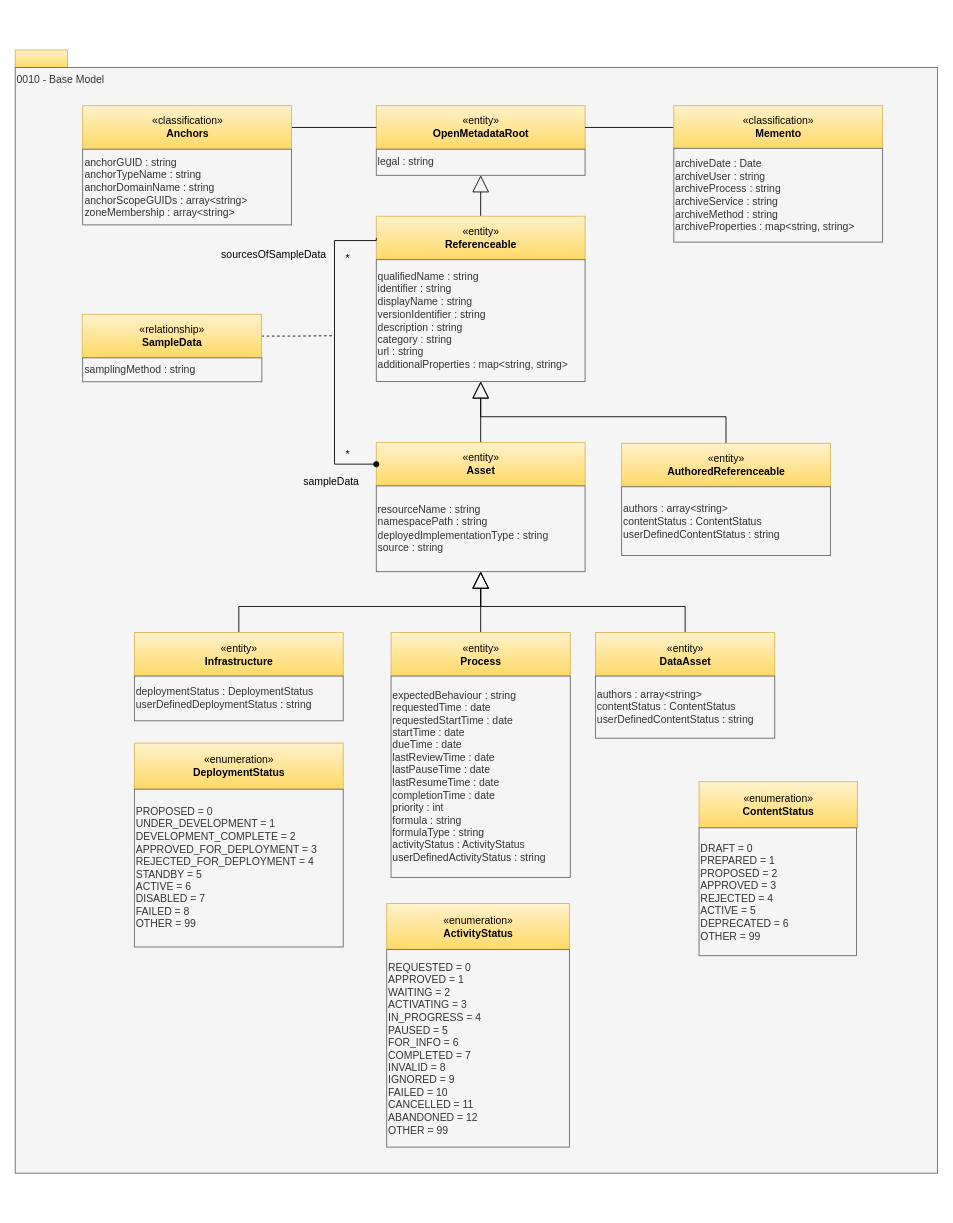
Before: page "0010-Base-Model" (4 of 33) of site/docs/types/0/area-0-basic-types-and-infrastructure.drawio in odpi/egeria-docs, a draw.io diagram. Source tidied: cells renumbered, new cells numbered last; positions are measured from the earlier drawing's top-left corner, leaving out a move shared by most shapes. Both pictures are drawn from the tidied source at 87%, with x=0, y=0 at pixel (15, 50).
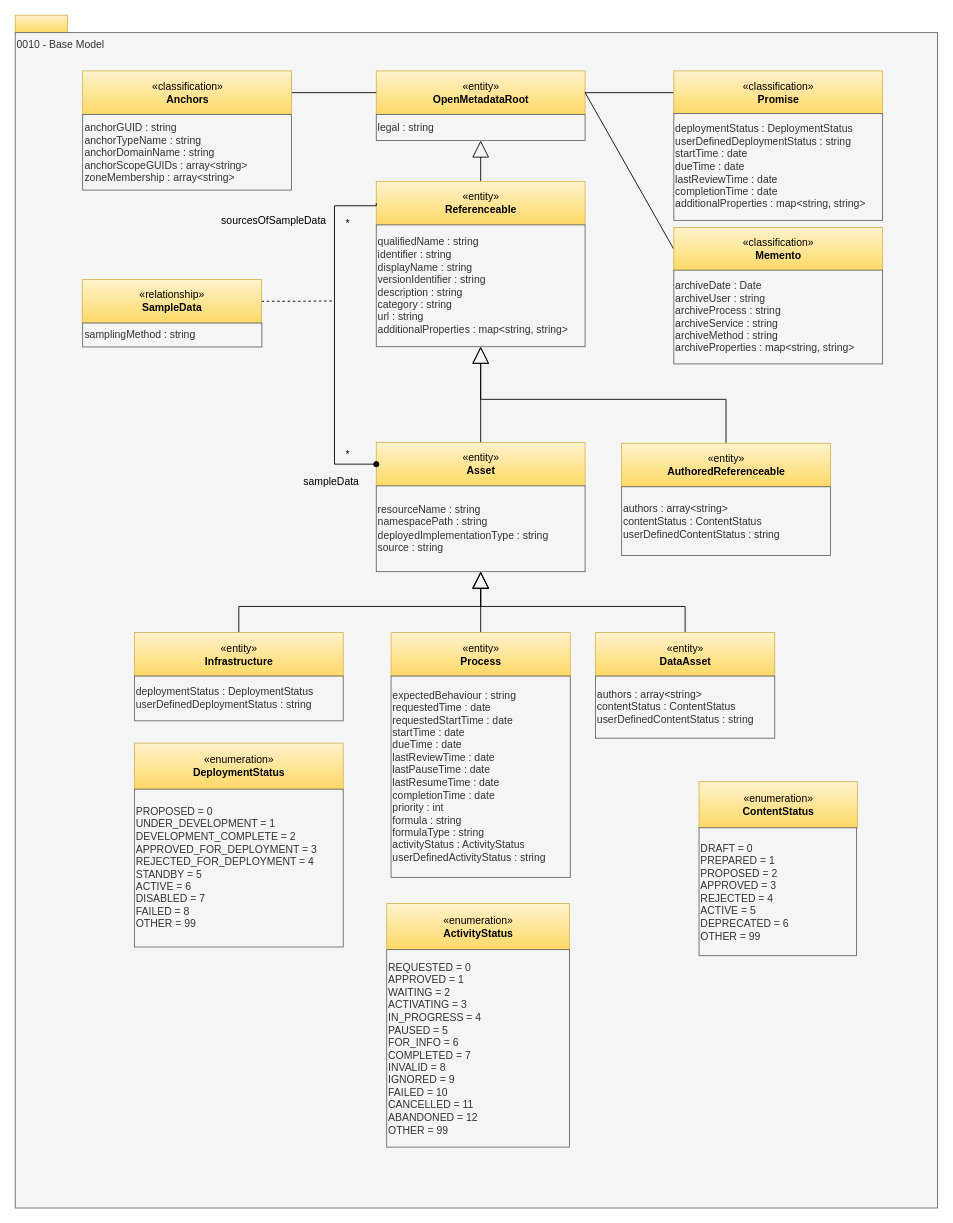
The same page after the edit.

The change refers to these unchanged cells:
```xml
<mxCell id="10" value="«entity»&lt;br&gt;&lt;b&gt;Asset&lt;/b&gt;" style="html=1;strokeColor=#d6b656;align=center;fillColor=#fff2cc;gradientColor=#ffd966;" parent="1" vertex="1">
  <mxGeometry x="415" y="451" width="240" height="50" as="geometry" />
</mxCell>
```

Change to the diagram source:
```diff
@@
     <mxCell id="2" style="rounded=0;whiteSpace=wrap;html=1;align=left;fillColor=#fff2cc;strokeColor=#d6b656;gradientColor=#ffd966;" parent="1" vertex="1">
-      <mxGeometry width="60" height="20" as="geometry" />
+      <mxGeometry y="-40" width="60" height="20" as="geometry" />
     </mxCell>
     <mxCell id="3" value="0010 - Base Model" style="rounded=0;whiteSpace=wrap;html=1;align=left;verticalAlign=top;fillColor=#f5f5f5;fontColor=#333333;strokeColor=#666666;" parent="1" vertex="1">
-      <mxGeometry y="20" width="1060" height="1271" as="geometry" />
+      <mxGeometry y="-20" width="1060" height="1351" as="geometry" />
     </mxCell>
@@
     <mxCell id="5" value="«entity»&lt;br&gt;&lt;b&gt;Referenceable&lt;/b&gt;" style="html=1;strokeColor=#d6b656;align=center;fillColor=#fff2cc;gradientColor=#ffd966;" parent="1" vertex="1">
-      <mxGeometry x="415" y="191" width="240" height="50" as="geometry" />
+      <mxGeometry x="415" y="151" width="240" height="50" as="geometry" />
     </mxCell>
@@
     <mxCell id="8" value="qualifiedName : string&lt;div&gt;identifier : string&lt;br&gt;&lt;div&gt;displayName : string&lt;div&gt;versionIdentifier : string&lt;br&gt;description : string&lt;/div&gt;&lt;div&gt;category : string&lt;/div&gt;&lt;div&gt;url : string&lt;br&gt;&lt;/div&gt;additionalProperties : map&amp;lt;string, string&amp;gt;&lt;br&gt;&lt;div style=&quot;text-align: left&quot;&gt;&lt;/div&gt;&lt;/div&gt;&lt;/div&gt;" style="rounded=0;whiteSpace=wrap;html=1;strokeColor=#666666;align=left;fillColor=#f5f5f5;fontColor=#333333;" parent="1" vertex="1">
-      <mxGeometry x="415" y="241" width="240" height="140" as="geometry" />
+      <mxGeometry x="415" y="201" width="240" height="140" as="geometry" />
     </mxCell>
@@
     <mxCell id="18" value="«entity»&lt;br&gt;&lt;b&gt;OpenMetadataRoot&lt;/b&gt;" style="html=1;strokeColor=#d6b656;align=center;fillColor=#fff2cc;gradientColor=#ffd966;" parent="1" vertex="1">
-      <mxGeometry x="415" y="64" width="240" height="50" as="geometry" />
+      <mxGeometry x="415" y="24" width="240" height="50" as="geometry" />
     </mxCell>
     <mxCell id="19" value="legal : string&lt;div style=&quot;text-align: left&quot;&gt;&lt;/div&gt;" style="rounded=0;whiteSpace=wrap;html=1;strokeColor=#666666;align=left;fillColor=#f5f5f5;fontColor=#333333;" parent="1" vertex="1">
-      <mxGeometry x="415" y="114" width="240" height="30" as="geometry" />
+      <mxGeometry x="415" y="74" width="240" height="30" as="geometry" />
     </mxCell>
@@
     <mxCell id="21" value="«classification»&lt;br&gt;&lt;b&gt;Anchors&lt;/b&gt;" style="html=1;strokeColor=#d6b656;align=center;fillColor=#fff2cc;gradientColor=#ffd966;" parent="1" vertex="1">
-      <mxGeometry x="77.5" y="64" width="240" height="50" as="geometry" />
+      <mxGeometry x="77.5" y="24" width="240" height="50" as="geometry" />
     </mxCell>
     <mxCell id="22" value="anchorGUID : string&lt;br&gt;anchorTypeName : string&lt;br&gt;&lt;div style=&quot;text-align: left&quot;&gt;&lt;/div&gt;&lt;div&gt;anchorDomainName : string&lt;/div&gt;&lt;div&gt;anchorScopeGUIDs : array&amp;lt;string&amp;gt;&lt;/div&gt;&lt;div&gt;zoneMembership : array&amp;lt;string&amp;gt;&lt;/div&gt;" style="rounded=0;whiteSpace=wrap;html=1;strokeColor=#666666;align=left;fillColor=#f5f5f5;fontColor=#333333;" parent="1" vertex="1">
-      <mxGeometry x="77.5" y="114" width="240" height="87" as="geometry" />
+      <mxGeometry x="77.5" y="74" width="240" height="87" as="geometry" />
     </mxCell>
@@
     <mxCell id="24" value="«classification»&lt;br&gt;&lt;b&gt;Memento&lt;/b&gt;" style="html=1;strokeColor=#d6b656;align=center;fillColor=#fff2cc;gradientColor=#ffd966;" parent="1" vertex="1">
-      <mxGeometry x="757" y="64" width="240" height="50" as="geometry" />
+      <mxGeometry x="757" y="204" width="240" height="50" as="geometry" />
     </mxCell>
     <mxCell id="25" value="archiveDate : Date&lt;br&gt;archiveUser : string&lt;br&gt;archiveProcess : string&lt;br&gt;archiveService : string&lt;br&gt;archiveMethod : string&lt;br&gt;archiveProperties : map&amp;lt;string, string&amp;gt;&lt;br&gt;&lt;div style=&quot;text-align: left&quot;&gt;&lt;/div&gt;" style="rounded=0;whiteSpace=wrap;html=1;strokeColor=#666666;align=left;fillColor=#f5f5f5;fontColor=#333333;" parent="1" vertex="1">
-      <mxGeometry x="757" y="113" width="240" height="107.8" as="geometry" />
+      <mxGeometry x="757" y="253" width="240" height="107.8" as="geometry" />
     </mxCell>
     <mxCell id="26" style="edgeStyle=orthogonalEdgeStyle;rounded=0;html=1;exitX=1;exitY=0.5;dashed=1;endArrow=none;endFill=0;jettySize=auto;exitDx=0;exitDy=0;" parent="1" edge="1" source="27">
       <mxGeometry relative="1" as="geometry">
-        <mxPoint x="367" y="328.4" as="targetPoint" />
+        <mxPoint x="367" y="288.4" as="targetPoint" />
       </mxGeometry>
     </mxCell>
     <mxCell id="27" value="«relationship»&lt;br&gt;&lt;b&gt;SampleData&lt;/b&gt;" style="html=1;strokeColor=#d6b656;align=center;fillColor=#fff2cc;gradientColor=#ffd966;" parent="1" vertex="1">
-      <mxGeometry x="77" y="303.8" width="206" height="50" as="geometry" />
+      <mxGeometry x="77" y="263.8" width="206" height="50" as="geometry" />
     </mxCell>
     <mxCell id="28" value="samplingMethod : string" style="rounded=0;whiteSpace=wrap;html=1;strokeColor=#666666;align=left;fillColor=#f5f5f5;fontColor=#333333;" parent="1" vertex="1">
-      <mxGeometry x="77.5" y="353.8" width="206" height="27.5" as="geometry" />
+      <mxGeometry x="77.5" y="313.8" width="206" height="27.5" as="geometry" />
     </mxCell>
@@
     <mxCell id="30" value="*" style="text;html=1;align=center;verticalAlign=middle;strokeColor=none;fillColor=none;" parent="1" vertex="1">
-      <mxGeometry x="367" y="225.4" width="30" height="30" as="geometry" />
+      <mxGeometry x="367" y="185.4" width="30" height="30" as="geometry" />
     </mxCell>
@@
     <mxCell id="32" value="sourcesOfSampleData" style="text;html=1;align=center;verticalAlign=middle;strokeColor=none;fillColor=none;" parent="1" vertex="1">
-      <mxGeometry x="227" y="220.8" width="140" height="30" as="geometry" />
+      <mxGeometry x="227" y="180.8" width="140" height="30" as="geometry" />
     </mxCell>
     <mxCell id="33" style="edgeStyle=orthogonalEdgeStyle;rounded=0;jettySize=auto;html=1;exitX=0;exitY=0.5;exitDx=0;exitDy=0;entryX=0;entryY=0.5;entryDx=0;entryDy=0;endArrow=oval;endFill=1;" parent="1" edge="1" source="5" target="10">
       <mxGeometry relative="1" as="geometry">
         <Array as="points">
-          <mxPoint x="415" y="219" />
-          <mxPoint x="367" y="219" />
+          <mxPoint x="415" y="179" />
+          <mxPoint x="367" y="179" />
           <mxPoint x="367" y="476" />
         </Array>
       </mxGeometry>
     </mxCell>
@@
+    <mxCell id="44" style="edgeStyle=none;rounded=0;jettySize=auto;html=1;exitX=0;exitY=0.5;exitDx=0;exitDy=0;entryX=1;entryY=0.5;entryDx=0;entryDy=0;endArrow=none;endFill=0;" parent="1" edge="1" source="45">
+      <mxGeometry relative="1" as="geometry">
+        <mxPoint x="655" y="49" as="targetPoint" />
+      </mxGeometry>
+    </mxCell>
+    <mxCell id="45" value="«classification»&lt;br&gt;&lt;b&gt;Promise&lt;/b&gt;" style="html=1;strokeColor=#d6b656;align=center;fillColor=#fff2cc;gradientColor=#ffd966;" parent="1" vertex="1">
+      <mxGeometry x="757" y="24" width="240" height="50" as="geometry" />
+    </mxCell>
+    <mxCell id="46" value="deploymentStatus : DeploymentStatus&lt;div&gt;userDefinedDeploymentStatus : string&lt;/div&gt;&lt;div&gt;&lt;div&gt;startTime : date&lt;/div&gt;&lt;div&gt;dueTime : date&lt;/div&gt;&lt;div&gt;lastReviewTime : date&lt;/div&gt;&lt;div&gt;&lt;span style=&quot;background-color: transparent; color: light-dark(rgb(51, 51, 51), rgb(193, 193, 193));&quot;&gt;completionTime : date&lt;/span&gt;&lt;/div&gt;&lt;/div&gt;&lt;div&gt;additionalProperties : map&amp;lt;string, string&amp;gt;&lt;span style=&quot;background-color: transparent; color: light-dark(rgb(51, 51, 51), rgb(193, 193, 193));&quot;&gt;&lt;/span&gt;&lt;/div&gt;&lt;div style=&quot;text-align: left&quot;&gt;&lt;/div&gt;" style="rounded=0;whiteSpace=wrap;html=1;strokeColor=#666666;align=left;fillColor=#f5f5f5;fontColor=#333333;" parent="1" vertex="1">
+      <mxGeometry x="757" y="73" width="240" height="122.8" as="geometry" />
+    </mxCell>
```
